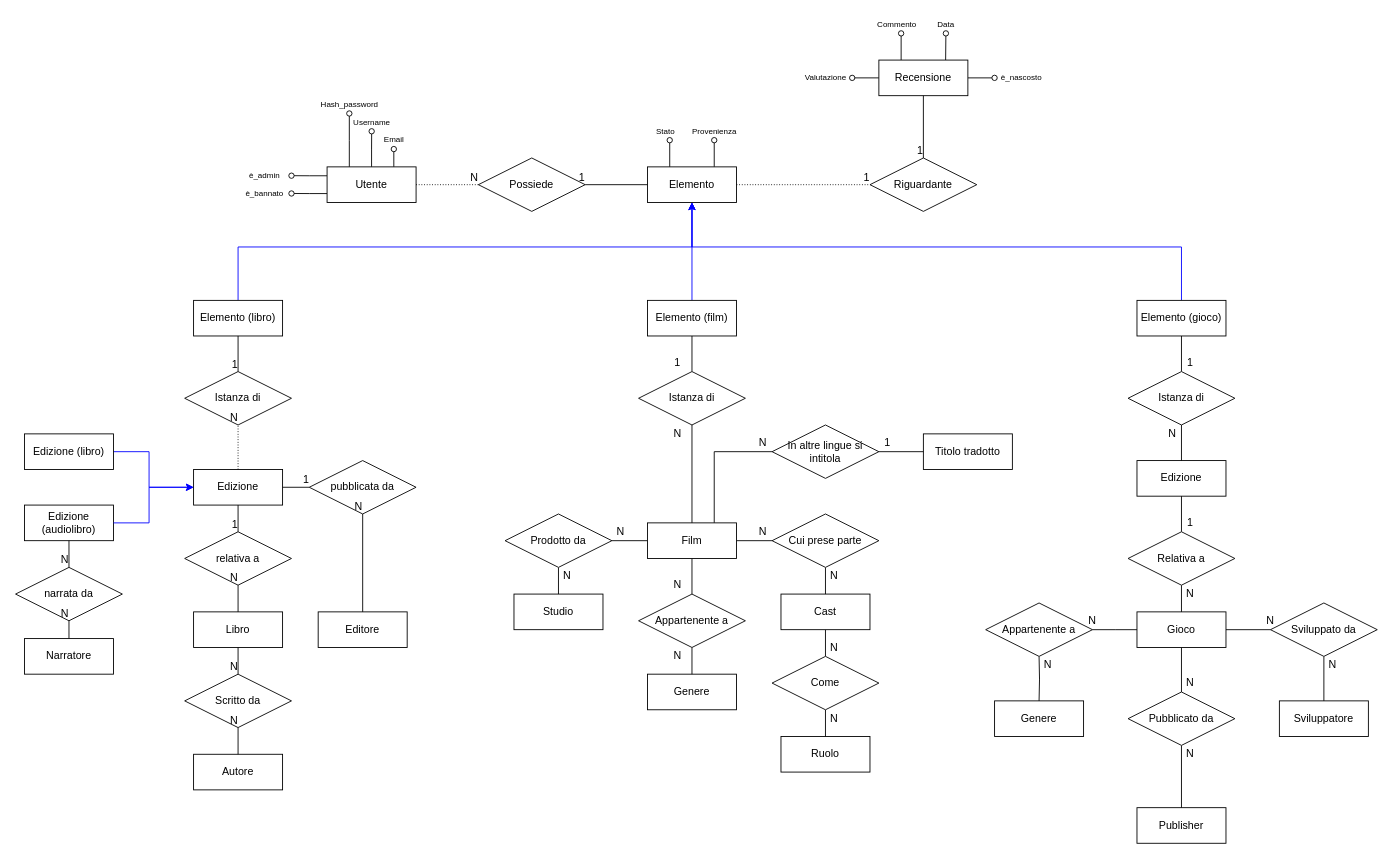
The draw.io diagram schema-scheletro.drawio in Steffo99/unimore-bdd-2020-alexandria, before the edit. Source tidied: cells renumbered, new cells numbered last; positions are measured from the earlier drawing's top-left corner, leaving out a move shared by most shapes. Both pictures are drawn from the tidied source at 89%, with x=0, y=0 at pixel (15, 15).
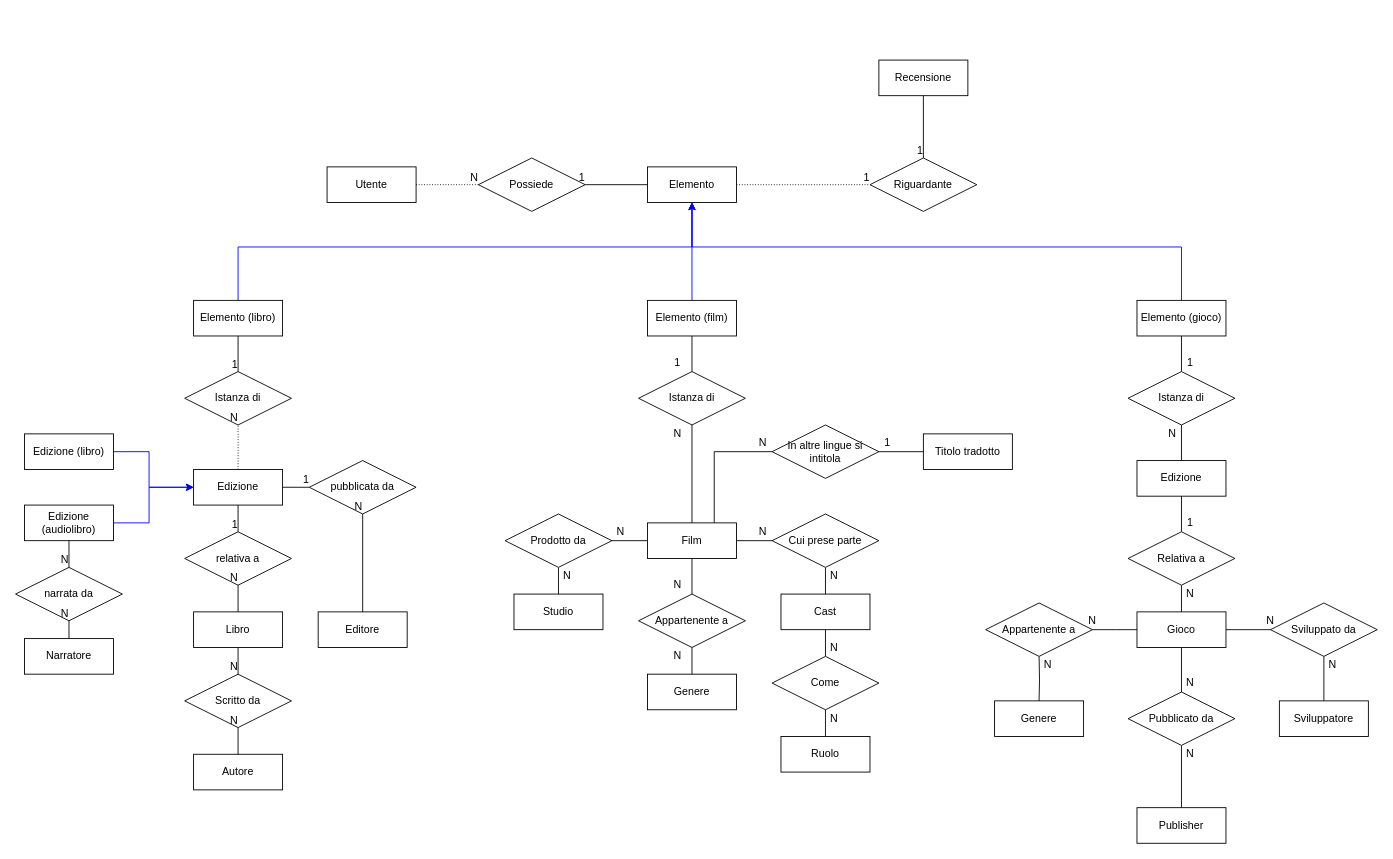
The same page after the edit.

Commit message:
Rimuovi attributi dallo schema scheletro

The change refers to these unchanged cells:
```xml
<mxCell id="7" value="Utente" style="whiteSpace=wrap;html=1;align=center;" parent="1" vertex="1">
  <mxGeometry x="350" y="170" width="100" height="40" as="geometry" />
</mxCell>
<mxCell id="11" value="Elemento" style="whiteSpace=wrap;html=1;align=center;" parent="1" vertex="1">
  <mxGeometry x="710" y="170" width="100" height="40" as="geometry" />
</mxCell>
<mxCell id="29" value="Recensione" style="whiteSpace=wrap;html=1;align=center;" parent="1" vertex="1">
  <mxGeometry x="970" y="50" width="100" height="40" as="geometry" />
</mxCell>
```

What changed in the source:
```diff
@@
-    <mxCell id="2" style="edgeStyle=orthogonalEdgeStyle;rounded=0;jettySize=auto;html=1;exitX=0.25;exitY=0;exitDx=0;exitDy=0;startArrow=none;startFill=0;endArrow=oval;endFill=0;strokeColor=#000000;" parent="1" edge="1" source="7">
-      <mxGeometry relative="1" as="geometry">
-        <mxPoint x="375" y="110" as="targetPoint" />
-      </mxGeometry>
-    </mxCell>
-    <mxCell id="3" style="edgeStyle=orthogonalEdgeStyle;rounded=0;jettySize=auto;html=1;exitX=0.5;exitY=0;exitDx=0;exitDy=0;startArrow=none;startFill=0;endArrow=oval;endFill=0;strokeColor=#000000;" parent="1" edge="1" source="7">
-      <mxGeometry relative="1" as="geometry">
-        <mxPoint x="400.1" y="130" as="targetPoint" />
-      </mxGeometry>
-    </mxCell>
-    <mxCell id="4" style="edgeStyle=orthogonalEdgeStyle;rounded=0;jettySize=auto;html=1;exitX=0.75;exitY=0;exitDx=0;exitDy=0;startArrow=none;startFill=0;endArrow=oval;endFill=0;strokeColor=#000000;" parent="1" edge="1" source="7">
-      <mxGeometry relative="1" as="geometry">
-        <mxPoint x="425" y="150" as="targetPoint" />
-      </mxGeometry>
-    </mxCell>
-    <mxCell id="5" style="edgeStyle=orthogonalEdgeStyle;rounded=0;jettySize=auto;html=1;exitX=0;exitY=0.25;exitDx=0;exitDy=0;startArrow=none;startFill=0;endArrow=oval;endFill=0;strokeColor=#000000;" parent="1" edge="1" source="7">
-      <mxGeometry relative="1" as="geometry">
-        <mxPoint x="310" y="179.9" as="targetPoint" />
-      </mxGeometry>
-    </mxCell>
-    <mxCell id="6" style="edgeStyle=orthogonalEdgeStyle;rounded=0;jettySize=auto;html=1;exitX=0;exitY=0.75;exitDx=0;exitDy=0;startArrow=none;startFill=0;endArrow=oval;endFill=0;strokeColor=#000000;" parent="1" edge="1" source="7">
-      <mxGeometry relative="1" as="geometry">
-        <mxPoint x="310" y="199.9" as="targetPoint" />
-      </mxGeometry>
-    </mxCell>
@@
-    <mxCell id="9" style="edgeStyle=orthogonalEdgeStyle;rounded=0;jettySize=auto;html=1;exitX=0.25;exitY=0;exitDx=0;exitDy=0;startArrow=none;startFill=0;endArrow=oval;endFill=0;strokeColor=#000000;fontSize=9;" parent="1" edge="1" source="11">
-      <mxGeometry relative="1" as="geometry">
-        <mxPoint x="735" y="140" as="targetPoint" />
-      </mxGeometry>
-    </mxCell>
-    <mxCell id="10" style="edgeStyle=orthogonalEdgeStyle;rounded=0;jettySize=auto;html=1;exitX=0.75;exitY=0;exitDx=0;exitDy=0;startArrow=none;startFill=0;endArrow=oval;endFill=0;strokeColor=#000000;fontSize=9;" parent="1" edge="1" source="11">
-      <mxGeometry relative="1" as="geometry">
-        <mxPoint x="785" y="140" as="targetPoint" />
-      </mxGeometry>
-    </mxCell>
@@
-    <mxCell id="25" style="edgeStyle=orthogonalEdgeStyle;rounded=0;jettySize=auto;html=1;exitX=0;exitY=0.5;exitDx=0;exitDy=0;startArrow=none;startFill=0;endArrow=oval;endFill=0;strokeColor=#000000;fontSize=9;" parent="1" edge="1" source="29">
-      <mxGeometry relative="1" as="geometry">
-        <mxPoint x="940" y="70.1" as="targetPoint" />
-      </mxGeometry>
-    </mxCell>
-    <mxCell id="26" style="edgeStyle=orthogonalEdgeStyle;rounded=0;jettySize=auto;html=1;exitX=1;exitY=0.5;exitDx=0;exitDy=0;startArrow=none;startFill=0;endArrow=oval;endFill=0;strokeColor=#000000;fontSize=9;" parent="1" edge="1" source="29">
-      <mxGeometry relative="1" as="geometry">
-        <mxPoint x="1100" y="70.1" as="targetPoint" />
-      </mxGeometry>
-    </mxCell>
-    <mxCell id="27" style="edgeStyle=orthogonalEdgeStyle;rounded=0;jettySize=auto;html=1;exitX=0.25;exitY=0;exitDx=0;exitDy=0;startArrow=none;startFill=0;endArrow=oval;endFill=0;strokeColor=#000000;fontSize=9;" parent="1" edge="1" source="29">
-      <mxGeometry relative="1" as="geometry">
-        <mxPoint x="995" y="20" as="targetPoint" />
-      </mxGeometry>
-    </mxCell>
-    <mxCell id="28" style="edgeStyle=orthogonalEdgeStyle;rounded=0;jettySize=auto;html=1;exitX=0.75;exitY=0;exitDx=0;exitDy=0;startArrow=none;startFill=0;endArrow=oval;endFill=0;strokeColor=#000000;fontSize=9;" parent="1" edge="1" source="29">
-      <mxGeometry relative="1" as="geometry">
-        <mxPoint x="1045.3" y="20" as="targetPoint" />
-      </mxGeometry>
-    </mxCell>
@@
-    <mxCell id="132" value="Hash_password" style="text;html=1;align=center;verticalAlign=middle;fontSize=9;" parent="1" vertex="1">
-      <mxGeometry x="335" y="90" width="80" height="20" as="geometry" />
-    </mxCell>
-    <mxCell id="133" value="è_admin" style="text;html=1;strokeColor=none;fillColor=none;align=center;verticalAlign=middle;whiteSpace=wrap;rounded=0;fontSize=9;" parent="1" vertex="1">
-      <mxGeometry x="260" y="170" width="40" height="20" as="geometry" />
-    </mxCell>
-    <mxCell id="134" value="è_bannato" style="text;html=1;strokeColor=none;fillColor=none;align=center;verticalAlign=middle;whiteSpace=wrap;rounded=0;fontSize=9;" parent="1" vertex="1">
-      <mxGeometry x="260" y="190" width="40" height="20" as="geometry" />
-    </mxCell>
-    <mxCell id="135" value="Username" style="text;html=1;align=center;verticalAlign=middle;fontSize=9;" parent="1" vertex="1">
-      <mxGeometry x="370" y="110" width="60" height="20" as="geometry" />
-    </mxCell>
-    <mxCell id="136" value="Email" style="text;html=1;align=center;verticalAlign=middle;fontSize=9;" parent="1" vertex="1">
-      <mxGeometry x="405" y="130" width="40" height="20" as="geometry" />
-    </mxCell>
-    <mxCell id="137" value="Stato" style="text;html=1;align=center;verticalAlign=middle;fontSize=9;" parent="1" vertex="1">
-      <mxGeometry x="710" y="120" width="40" height="20" as="geometry" />
-    </mxCell>
-    <mxCell id="138" value="Provenienza" style="text;html=1;align=center;verticalAlign=middle;fontSize=9;" parent="1" vertex="1">
-      <mxGeometry x="750" y="120" width="70" height="20" as="geometry" />
-    </mxCell>
-    <mxCell id="139" value="Data" style="text;html=1;align=center;verticalAlign=middle;fontSize=9;" parent="1" vertex="1">
-      <mxGeometry x="1025" width="40" height="20" as="geometry" />
-    </mxCell>
-    <mxCell id="140" value="è_nascosto" style="text;html=1;align=center;verticalAlign=middle;fontSize=9;" parent="1" vertex="1">
-      <mxGeometry x="1100" y="60" width="60" height="20" as="geometry" />
-    </mxCell>
-    <mxCell id="141" value="Commento" style="text;html=1;align=center;verticalAlign=middle;fontSize=9;" parent="1" vertex="1">
-      <mxGeometry x="960" width="60" height="20" as="geometry" />
-    </mxCell>
-    <mxCell id="142" value="Valutazione" style="text;html=1;align=center;verticalAlign=middle;fontSize=9;" parent="1" vertex="1">
-      <mxGeometry x="880" y="60" width="60" height="20" as="geometry" />
-    </mxCell>
```
